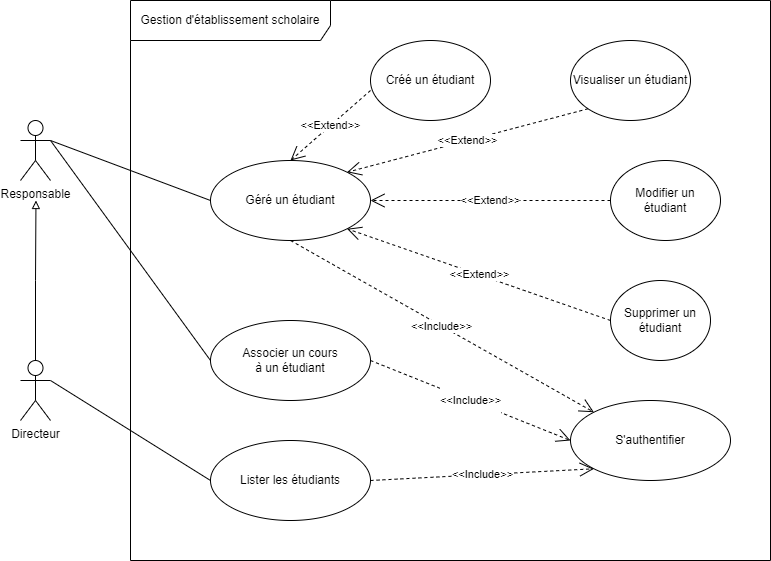
Before: diagrams/SchoolDiagram-User case diagram.drawio.png, a diagram exported from draw.io (MaximeDzN/partielFinal). Source tidied: cells renumbered, new cells last; positions are measured from the earlier drawing's top-left corner, leaving out a move shared by most shapes.
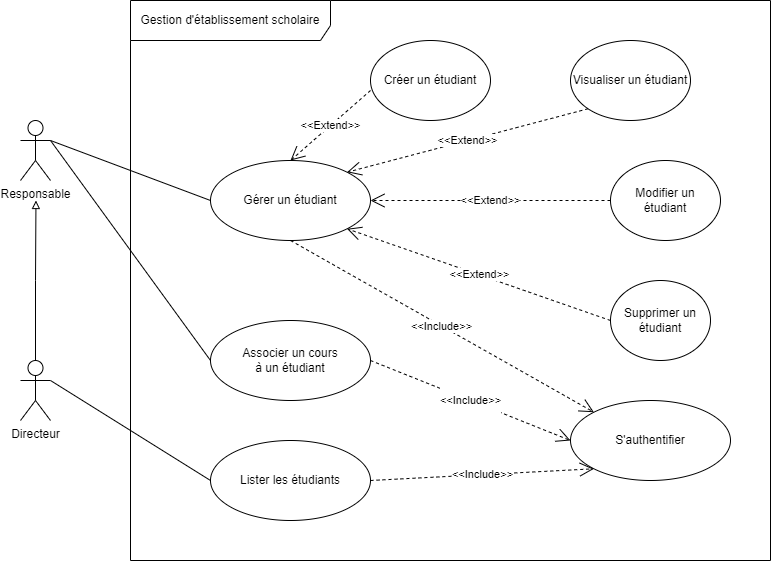
Above is the later version.

Commit message:
Correction orhtographe dans le diagramme cas util

What changed in the source:
```diff
@@ -25,7 +25,7 @@
     <mxCell id="8" value="Responsable" style="shape=umlActor;verticalLabelPosition=bottom;verticalAlign=top;html=1;" parent="1" vertex="1">
       <mxGeometry y="120" width="30" height="60" as="geometry" />
     </mxCell>
-    <mxCell id="9" value="Géré un étudiant" style="ellipse;whiteSpace=wrap;html=1;" parent="1" vertex="1">
+    <mxCell id="9" value="Gérer un étudiant" style="ellipse;whiteSpace=wrap;html=1;" parent="1" vertex="1">
       <mxGeometry x="190" y="160" width="160" height="80" as="geometry" />
     </mxCell>
     <mxCell id="10" value="Lister les étudiants" style="ellipse;whiteSpace=wrap;html=1;" parent="1" vertex="1">
@@ -37,7 +37,7 @@
     <mxCell id="12" value="S'authentifier" style="ellipse;whiteSpace=wrap;html=1;" parent="1" vertex="1">
       <mxGeometry x="550" y="400" width="160" height="80" as="geometry" />
     </mxCell>
-    <mxCell id="13" value="Créé un étudiant" style="ellipse;whiteSpace=wrap;html=1;" parent="1" vertex="1">
+    <mxCell id="13" value="Créer un étudiant" style="ellipse;whiteSpace=wrap;html=1;" parent="1" vertex="1">
       <mxGeometry x="350" y="40" width="120" height="80" as="geometry" />
     </mxCell>
     <mxCell id="14" value="Modifier un&lt;br&gt;étudiant" style="ellipse;whiteSpace=wrap;html=1;" parent="1" vertex="1">
```
